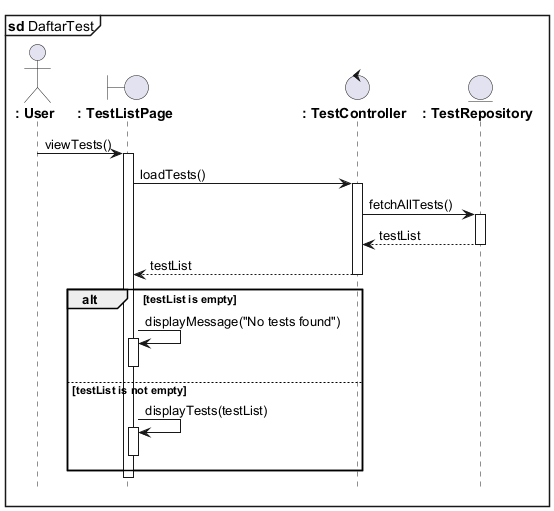
The PlantUML diagram out/daftar_test.png in azrappp/learning_uml2.0_pmul, before a commit.
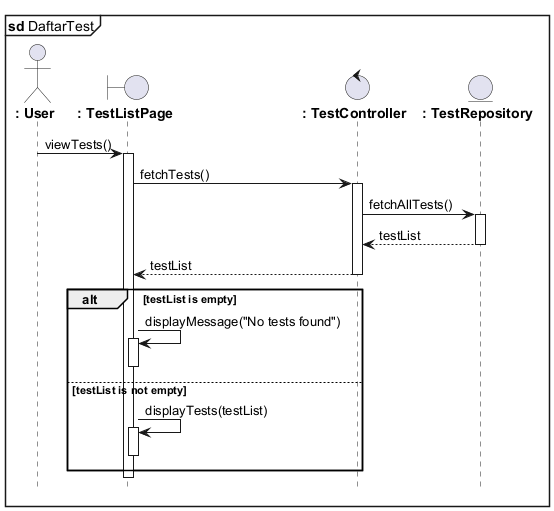
After the change.

What changed in the source:
```diff
@@ -10,7 +10,7 @@
 User -> TestListPage : viewTests()
 activate TestListPage
 
-TestListPage -> TestController : loadTests()
+TestListPage -> TestController : fetchTests()
 activate TestController
 
 TestController -> TestRepository : fetchAllTests()
```
